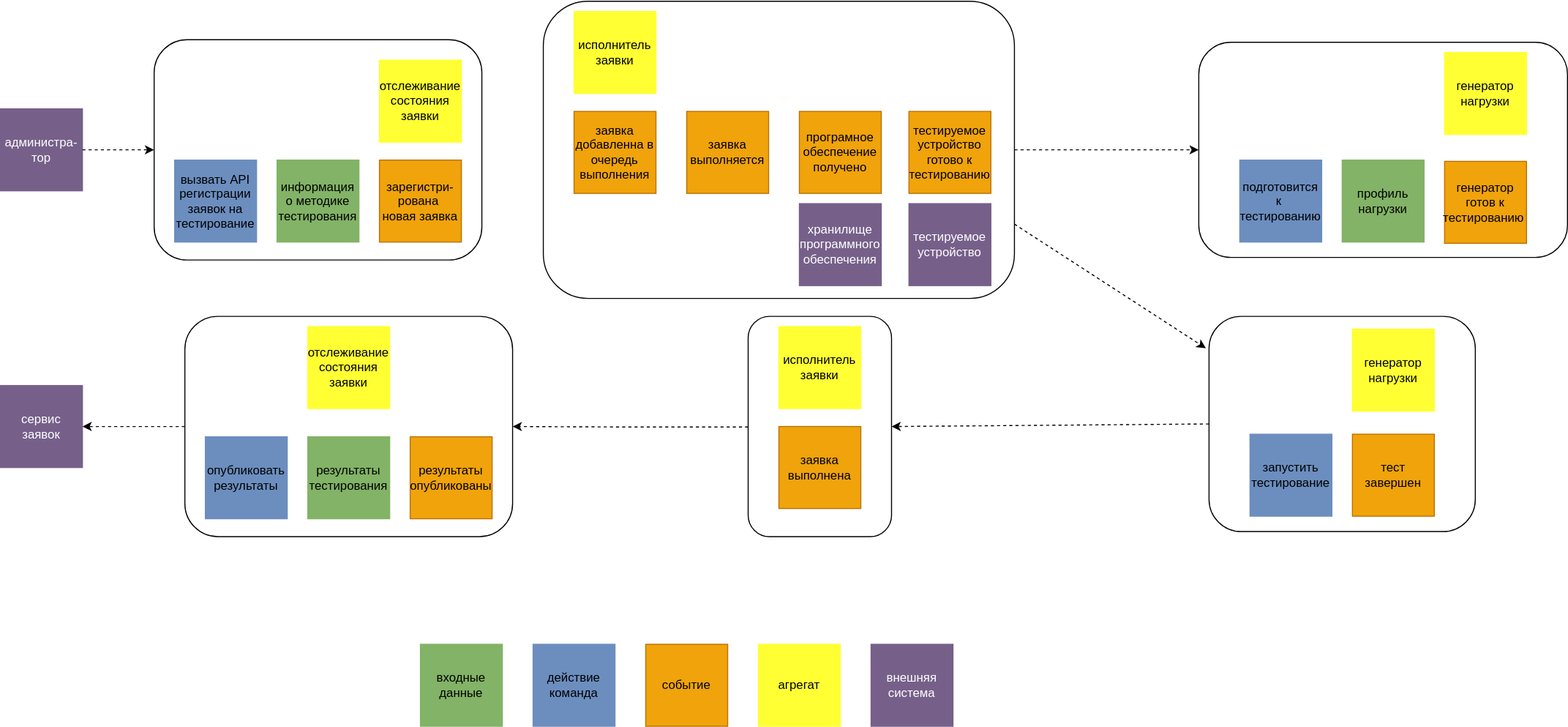
The draw.io diagram graduate_project/diagrams/uc001_event_storm.svg in ralex29/otus_software_architect_2022_09, before a commit. Source tidied: cells renumbered, new cells last; positions are measured from the earlier drawing's top-left corner, leaving out a move shared by most shapes.
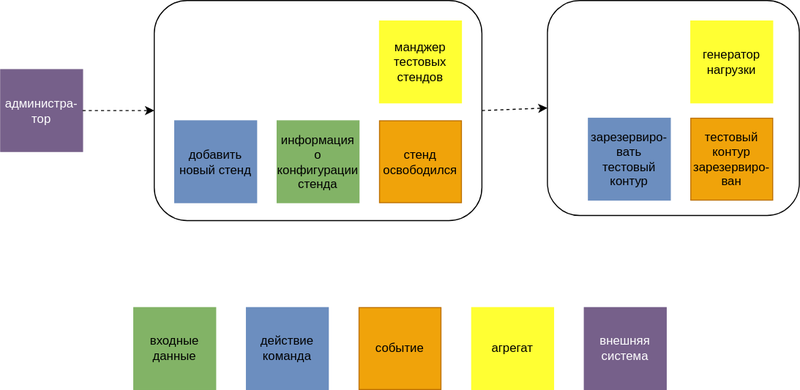
After the change.

Commit message:
finished event storm, added context integration

Diff of the diagram source:
```diff
@@ -3,144 +3,55 @@
     <mxCell id="0" />
     <mxCell id="1" parent="0" />
     <mxCell id="2" value="входные данные" style="whiteSpace=wrap;html=1;fillColor=#82B366;strokeColor=#82b366;" parent="1" vertex="1">
-      <mxGeometry x="410" y="628" width="80" height="80" as="geometry" />
+      <mxGeometry x="230" y="248" width="80" height="80" as="geometry" />
     </mxCell>
     <mxCell id="3" value="действие команда" style="whiteSpace=wrap;html=1;fillColor=#6C8EBF;strokeColor=#6c8ebf;" parent="1" vertex="1">
-      <mxGeometry x="520" y="628" width="80" height="80" as="geometry" />
+      <mxGeometry x="340" y="248" width="80" height="80" as="geometry" />
     </mxCell>
     <mxCell id="4" value="событие" style="whiteSpace=wrap;html=1;fillColor=#f0a30a;strokeColor=#BD7000;fontColor=#000000;" parent="1" vertex="1">
-      <mxGeometry x="630" y="628" width="80" height="80" as="geometry" />
+      <mxGeometry x="450" y="248" width="80" height="80" as="geometry" />
     </mxCell>
     <mxCell id="5" value="агрегат" style="whiteSpace=wrap;html=1;fillColor=#FFFF33;strokeColor=#FFFF33;fontColor=#000000;" parent="1" vertex="1">
-      <mxGeometry x="740" y="628" width="80" height="80" as="geometry" />
+      <mxGeometry x="560" y="248" width="80" height="80" as="geometry" />
     </mxCell>
     <mxCell id="6" value="внешняя система" style="whiteSpace=wrap;html=1;fillColor=#76608a;strokeColor=#76608A;fontColor=#ffffff;" parent="1" vertex="1">
-      <mxGeometry x="850" y="628" width="80" height="80" as="geometry" />
+      <mxGeometry x="670" y="248" width="80" height="80" as="geometry" />
     </mxCell>
     <mxCell id="7" value="администра-тор" style="whiteSpace=wrap;html=1;fillColor=#76608a;strokeColor=#76608A;fontColor=#ffffff;" parent="1" vertex="1">
-      <mxGeometry y="105.5" width="80" height="80" as="geometry" />
+      <mxGeometry x="100" y="15.5" width="80" height="80" as="geometry" />
     </mxCell>
-    <mxCell id="8" style="group;" parent="1" vertex="1">
-      <mxGeometry x="730" y="308" width="140" height="215" as="geometry" />
-    </mxCell>
-    <mxCell id="9" style="rounded=1;whiteSpace=wrap;html=1;" parent="8" vertex="1">
-      <mxGeometry width="140" height="215" as="geometry" />
-    </mxCell>
-    <mxCell id="10" value="исполнитель заявки" style="whiteSpace=wrap;html=1;fillColor=#FFFF33;strokeColor=#FFFF33;fontColor=#000000;" parent="8" vertex="1">
-      <mxGeometry x="30" y="10" width="80" height="80" as="geometry" />
-    </mxCell>
-    <mxCell id="11" value="заявка выполнена" style="whiteSpace=wrap;html=1;fillColor=#f0a30a;strokeColor=#BD7000;fontColor=#000000;" parent="8" vertex="1">
-      <mxGeometry x="30" y="107.5" width="80" height="80" as="geometry" />
-    </mxCell>
     <mxCell id="12" style="rounded=1;whiteSpace=wrap;html=1;" parent="1" vertex="1">
-      <mxGeometry x="1170" y="40.5" width="360" height="210" as="geometry" />
+      <mxGeometry x="634" y="-52" width="246" height="210" as="geometry" />
     </mxCell>
     <mxCell id="13" value="генератор нагрузки" style="whiteSpace=wrap;html=1;fillColor=#FFFF33;strokeColor=#FFFF33;fontColor=#000000;" parent="1" vertex="1">
-      <mxGeometry x="1410" y="50.5" width="80" height="80" as="geometry" />
+      <mxGeometry x="774" y="-32" width="80" height="80" as="geometry" />
     </mxCell>
-    <mxCell id="14" value="подготовится к&amp;nbsp; тестированию" style="whiteSpace=wrap;html=1;fillColor=#6C8EBF;strokeColor=#6c8ebf;" parent="1" vertex="1">
-      <mxGeometry x="1210" y="155.5" width="80" height="80" as="geometry" />
+    <mxCell id="14" value="зарезервиро-вать тестовый контур" style="whiteSpace=wrap;html=1;fillColor=#6C8EBF;strokeColor=#6c8ebf;" parent="1" vertex="1">
+      <mxGeometry x="674" y="63" width="80" height="80" as="geometry" />
     </mxCell>
-    <mxCell id="15" value="профиль нагрузки" style="whiteSpace=wrap;html=1;fillColor=#82B366;strokeColor=#82b366;" parent="1" vertex="1">
-      <mxGeometry x="1310" y="155.5" width="80" height="80" as="geometry" />
-    </mxCell>
-    <mxCell id="16" value="генератор готов к тестированию&amp;nbsp;" style="whiteSpace=wrap;html=1;fillColor=#f0a30a;strokeColor=#BD7000;fontColor=#000000;" parent="1" vertex="1">
-      <mxGeometry x="1410" y="156.8" width="80" height="80" as="geometry" />
+    <mxCell id="16" value="тестовый контур зарезервиро-ван" style="whiteSpace=wrap;html=1;fillColor=#f0a30a;strokeColor=#BD7000;fontColor=#000000;" parent="1" vertex="1">
+      <mxGeometry x="774" y="63" width="80" height="80" as="geometry" />
     </mxCell>
-    <mxCell id="17" style="rounded=1;whiteSpace=wrap;html=1;" parent="1" vertex="1">
-      <mxGeometry x="1180" y="308" width="260" height="210" as="geometry" />
-    </mxCell>
-    <mxCell id="18" value="генератор нагрузки" style="whiteSpace=wrap;html=1;fillColor=#FFFF33;strokeColor=#FFFF33;fontColor=#000000;" parent="1" vertex="1">
-      <mxGeometry x="1320" y="320.5" width="80" height="80" as="geometry" />
-    </mxCell>
-    <mxCell id="19" value="запустить тестирование" style="whiteSpace=wrap;html=1;fillColor=#6C8EBF;strokeColor=#6c8ebf;" parent="1" vertex="1">
-      <mxGeometry x="1220" y="423" width="80" height="80" as="geometry" />
-    </mxCell>
-    <mxCell id="20" value="тест завершен" style="whiteSpace=wrap;html=1;fillColor=#f0a30a;strokeColor=#BD7000;fontColor=#000000;" parent="1" vertex="1">
-      <mxGeometry x="1320" y="423" width="80" height="80" as="geometry" />
-    </mxCell>
     <mxCell id="21" style="endArrow=classic;html=1;rounded=0;exitX=1;exitY=0.5;exitDx=0;exitDy=0;entryX=0;entryY=0.5;entryDx=0;entryDy=0;dashed=1;" parent="1" edge="1" source="7" target="43">
       <mxGeometry relative="1" as="geometry" />
     </mxCell>
-    <mxCell id="22" style="group;" parent="1" vertex="1">
-      <mxGeometry x="530" y="0.5" width="460" height="290" as="geometry" />
-    </mxCell>
-    <mxCell id="23" style="rounded=1;whiteSpace=wrap;html=1;" parent="22" vertex="1">
-      <mxGeometry width="460" height="290" as="geometry" />
-    </mxCell>
-    <mxCell id="24" value="исполнитель заявки" style="whiteSpace=wrap;html=1;fillColor=#FFFF33;strokeColor=#FFFF33;fontColor=#000000;" parent="22" vertex="1">
-      <mxGeometry x="30" y="10" width="80" height="80" as="geometry" />
-    </mxCell>
-    <mxCell id="25" value="заявка добавленна в очередь выполнения" style="whiteSpace=wrap;html=1;fillColor=#f0a30a;strokeColor=#BD7000;fontColor=#000000;" parent="22" vertex="1">
-      <mxGeometry x="30" y="107.5" width="80" height="80" as="geometry" />
-    </mxCell>
-    <mxCell id="26" value="заявка выполняется" style="whiteSpace=wrap;html=1;fillColor=#f0a30a;strokeColor=#BD7000;fontColor=#000000;" parent="22" vertex="1">
-      <mxGeometry x="140" y="107.5" width="80" height="80" as="geometry" />
-    </mxCell>
-    <mxCell id="27" value="тестируемое устройство готово к тестированию" style="whiteSpace=wrap;html=1;fillColor=#f0a30a;strokeColor=#BD7000;fontColor=#000000;" parent="22" vertex="1">
-      <mxGeometry x="357" y="107.5" width="80" height="80" as="geometry" />
-    </mxCell>
-    <mxCell id="28" value="програмное обеспечение получено" style="whiteSpace=wrap;html=1;fillColor=#f0a30a;strokeColor=#BD7000;fontColor=#000000;" parent="22" vertex="1">
-      <mxGeometry x="250" y="107.5" width="80" height="80" as="geometry" />
-    </mxCell>
-    <mxCell id="29" value="тестируемое устройство" style="whiteSpace=wrap;html=1;fillColor=#76608a;strokeColor=#76608A;fontColor=#ffffff;" parent="22" vertex="1">
-      <mxGeometry x="357" y="197.5" width="80" height="80" as="geometry" />
-    </mxCell>
-    <mxCell id="30" value="хранилище программного обеспечения" style="whiteSpace=wrap;html=1;fillColor=#76608a;strokeColor=#76608A;fontColor=#ffffff;" parent="22" vertex="1">
-      <mxGeometry x="250" y="197.5" width="80" height="80" as="geometry" />
-    </mxCell>
-    <mxCell id="31" style="endArrow=classic;html=1;rounded=0;exitX=1;exitY=0.5;exitDx=0;exitDy=0;entryX=0;entryY=0.5;entryDx=0;entryDy=0;dashed=1;" parent="1" edge="1" source="23" target="12">
-      <mxGeometry relative="1" as="geometry" />
-    </mxCell>
-    <mxCell id="32" style="endArrow=classic;html=1;rounded=0;exitX=1;exitY=0.75;exitDx=0;exitDy=0;entryX=-0.012;entryY=0.148;entryDx=0;entryDy=0;dashed=1;entryPerimeter=0;" parent="1" edge="1" source="23" target="17">
-      <mxGeometry relative="1" as="geometry" />
-    </mxCell>
-    <mxCell id="33" style="endArrow=classic;html=1;rounded=0;exitX=0;exitY=0.5;exitDx=0;exitDy=0;entryX=1;entryY=0.5;entryDx=0;entryDy=0;dashed=1;" parent="1" edge="1" source="17" target="9">
-      <mxGeometry relative="1" as="geometry" />
-    </mxCell>
-    <mxCell id="34" style="group;" parent="1" vertex="1">
-      <mxGeometry x="180" y="308" width="320" height="215" as="geometry" />
-    </mxCell>
-    <mxCell id="35" style="rounded=1;whiteSpace=wrap;html=1;" parent="34" vertex="1">
-      <mxGeometry width="320" height="215" as="geometry" />
-    </mxCell>
-    <mxCell id="36" value="опубликовать результаты" style="whiteSpace=wrap;html=1;fillColor=#6C8EBF;strokeColor=#6c8ebf;" parent="34" vertex="1">
-      <mxGeometry x="20" y="117.5" width="80" height="80" as="geometry" />
-    </mxCell>
-    <mxCell id="37" value="результаты тестирования" style="whiteSpace=wrap;html=1;fillColor=#82B366;strokeColor=#82b366;" parent="34" vertex="1">
-      <mxGeometry x="120" y="117.5" width="80" height="80" as="geometry" />
-    </mxCell>
-    <mxCell id="38" value="результаты опубликованы" style="whiteSpace=wrap;html=1;fillColor=#f0a30a;strokeColor=#BD7000;fontColor=#000000;" parent="34" vertex="1">
-      <mxGeometry x="220" y="117.5" width="80" height="80" as="geometry" />
-    </mxCell>
-    <mxCell id="39" value="отслеживание состояния заявки" style="whiteSpace=wrap;html=1;fillColor=#FFFF33;strokeColor=#FFFF33;fontColor=#000000;" parent="34" vertex="1">
-      <mxGeometry x="120" y="10" width="80" height="80" as="geometry" />
-    </mxCell>
-    <mxCell id="40" value="сервис заявок" style="whiteSpace=wrap;html=1;fillColor=#76608a;strokeColor=#76608A;fontColor=#ffffff;" parent="1" vertex="1">
-      <mxGeometry y="375.5" width="80" height="80" as="geometry" />
-    </mxCell>
-    <mxCell id="41" style="endArrow=classic;html=1;rounded=0;exitX=0;exitY=0.5;exitDx=0;exitDy=0;entryX=1;entryY=0.5;entryDx=0;entryDy=0;dashed=1;" parent="1" edge="1" source="35" target="40">
-      <mxGeometry relative="1" as="geometry" />
-    </mxCell>
-    <mxCell id="42" style="edgeStyle=orthogonalEdgeStyle;rounded=0;jettySize=auto;html=1;entryX=1;entryY=0.5;entryDx=0;entryDy=0;dashed=1;" parent="1" edge="1" target="35">
-      <mxGeometry relative="1" as="geometry">
-        <mxPoint x="730" y="416" as="sourcePoint" />
-      </mxGeometry>
-    </mxCell>
     <mxCell id="43" style="rounded=1;whiteSpace=wrap;html=1;" parent="1" vertex="1">
-      <mxGeometry x="150" y="38" width="320" height="215" as="geometry" />
+      <mxGeometry x="250" y="-52" width="320" height="215" as="geometry" />
     </mxCell>
-    <mxCell id="44" value="вызвать API регистрации заявок на тестирование" style="whiteSpace=wrap;html=1;fillColor=#6C8EBF;strokeColor=#6c8ebf;" parent="1" vertex="1">
-      <mxGeometry x="170" y="155.5" width="80" height="80" as="geometry" />
+    <mxCell id="44" value="добавить новый стенд" style="whiteSpace=wrap;html=1;fillColor=#6C8EBF;strokeColor=#6c8ebf;" parent="1" vertex="1">
+      <mxGeometry x="270" y="65.5" width="80" height="80" as="geometry" />
     </mxCell>
-    <mxCell id="45" value="информация&lt;br&gt;о методике тестирования" style="whiteSpace=wrap;html=1;fillColor=#82B366;strokeColor=#82b366;" parent="1" vertex="1">
-      <mxGeometry x="270" y="155.5" width="80" height="80" as="geometry" />
+    <mxCell id="45" value="информация о конфигурации стенда" style="whiteSpace=wrap;html=1;fillColor=#82B366;strokeColor=#82b366;" parent="1" vertex="1">
+      <mxGeometry x="370" y="65.5" width="80" height="80" as="geometry" />
     </mxCell>
-    <mxCell id="46" value="зарегистри-рована&amp;nbsp;&lt;br&gt;новая заявка" style="whiteSpace=wrap;html=1;fillColor=#f0a30a;strokeColor=#BD7000;fontColor=#000000;" parent="1" vertex="1">
-      <mxGeometry x="370" y="155.5" width="80" height="80" as="geometry" />
+    <mxCell id="46" value="стенд освободился" style="whiteSpace=wrap;html=1;fillColor=#f0a30a;strokeColor=#BD7000;fontColor=#000000;" parent="1" vertex="1">
+      <mxGeometry x="470" y="65.5" width="80" height="80" as="geometry" />
     </mxCell>
-    <mxCell id="47" value="отслеживание состояния заявки" style="whiteSpace=wrap;html=1;fillColor=#FFFF33;strokeColor=#FFFF33;fontColor=#000000;" parent="1" vertex="1">
-      <mxGeometry x="370" y="58" width="80" height="80" as="geometry" />
+    <mxCell id="47" value="манджер тестовых стендов" style="whiteSpace=wrap;html=1;fillColor=#FFFF33;strokeColor=#FFFF33;fontColor=#000000;" parent="1" vertex="1">
+      <mxGeometry x="470" y="-32" width="80" height="80" as="geometry" />
     </mxCell>
+    <mxCell id="48" style="endArrow=classic;html=1;rounded=0;exitX=1;exitY=0.5;exitDx=0;exitDy=0;entryX=0;entryY=0.5;entryDx=0;entryDy=0;dashed=1;" parent="1" edge="1" source="43" target="12">
+      <mxGeometry relative="1" as="geometry" />
+    </mxCell>
   </root>
 </mxGraphModel>
```
